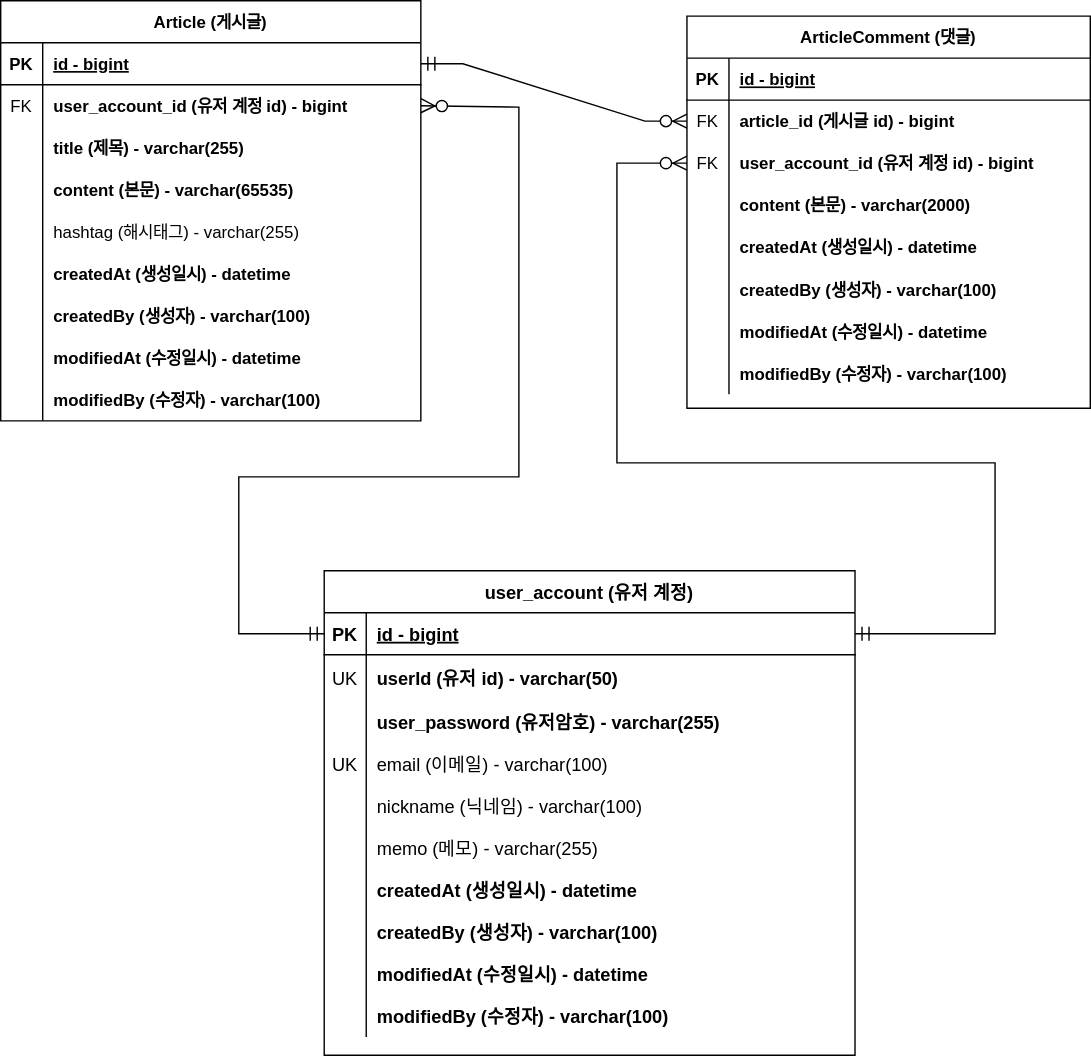
Earlier version of the draw.io export document/project-board-erd.svg (wndgndi/board-project). Source tidied: cells renumbered, new cells last; positions are measured from the earlier drawing's top-left corner, leaving out a move shared by most shapes.
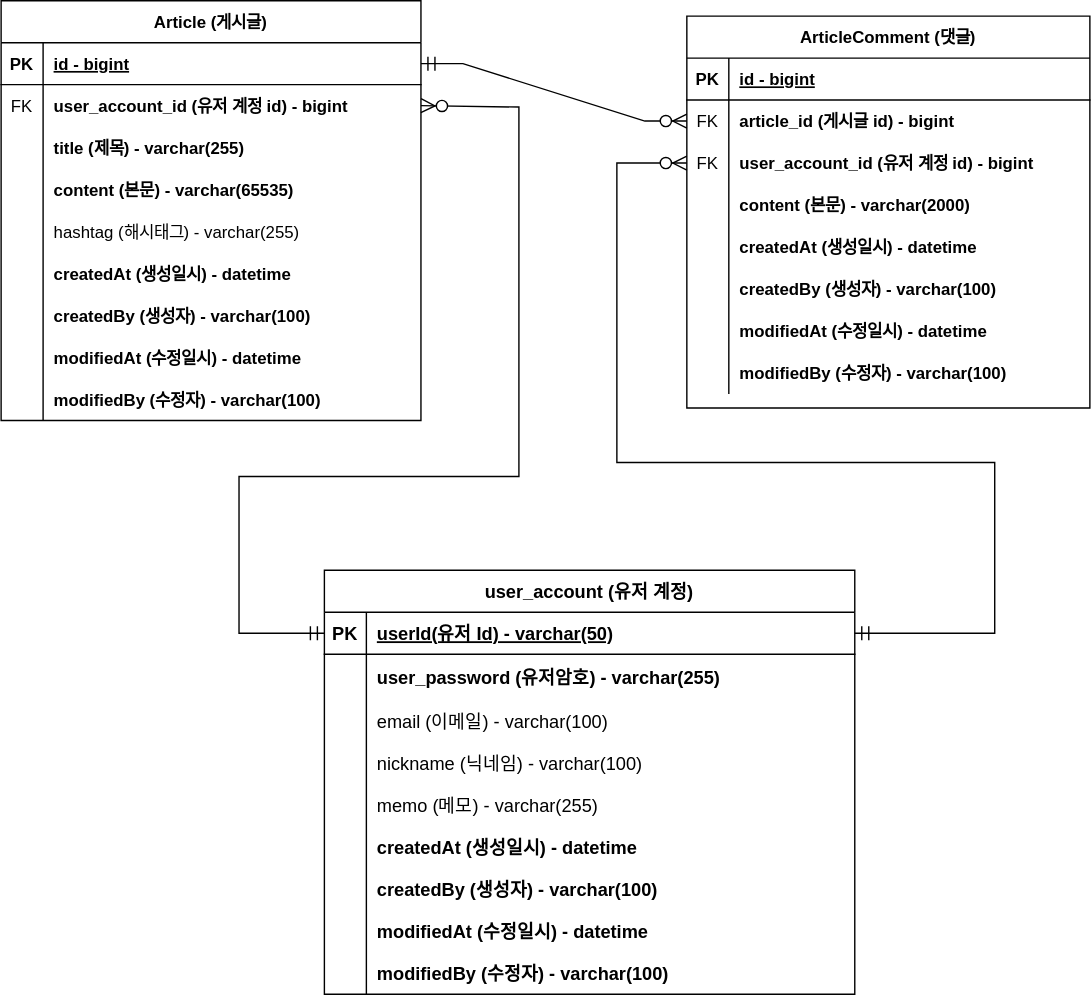
The same diagram one commit later.

Commit message:
project-board-erd.svg: 기존 id를 user_id로 변경

The edit, as a diff of the source:
```diff
@@ -165,7 +165,7 @@
       <mxGeometry relative="1" as="geometry" />
     </mxCell>
     <mxCell id="56" value="user_account (유저 계정)" style="shape=table;startSize=30;rowLines=0;fontStyle=1;align=center;fontSize=13;" parent="1" vertex="1">
-      <mxGeometry x="231" y="407" width="379" height="346" as="geometry" />
+      <mxGeometry x="231" y="407" width="379" height="303" as="geometry" />
     </mxCell>
     <mxCell id="57" style="shape=tableRow;horizontal=0;startSize=0;swimlaneHead=0;swimlaneBody=0;fillColor=none;points=[[0,0.5],[1,0.5]];portConstraint=eastwest;top=0;left=0;right=0;bottom=1;fontSize=16;" parent="56" vertex="1">
       <mxGeometry y="30" width="379" height="30" as="geometry" />
@@ -173,16 +173,16 @@
     <mxCell id="58" value="PK" style="shape=partialRectangle;fillColor=none;top=0;left=0;bottom=0;right=0;fontStyle=1;overflow=hidden;fontSize=13;" parent="57" vertex="1">
       <mxGeometry width="30" height="30" as="geometry" />
     </mxCell>
-    <mxCell id="59" value="id - bigint" style="shape=partialRectangle;fillColor=none;top=0;left=0;bottom=0;right=0;align=left;spacingLeft=6;fontStyle=5;overflow=hidden;fontSize=13;" parent="57" vertex="1">
+    <mxCell id="59" value="userId(유저 Id) - varchar(50)" style="shape=partialRectangle;fillColor=none;top=0;left=0;bottom=0;right=0;align=left;spacingLeft=6;fontStyle=5;overflow=hidden;fontSize=13;" parent="57" vertex="1">
       <mxGeometry x="30" width="349" height="30" as="geometry" />
     </mxCell>
     <mxCell id="60" style="shape=tableRow;horizontal=0;startSize=0;swimlaneHead=0;swimlaneBody=0;fillColor=none;top=0;left=0;right=0;bottom=0;fontSize=16;" parent="56" vertex="1">
       <mxGeometry y="60" width="379" height="33" as="geometry" />
     </mxCell>
-    <mxCell id="61" value="UK" style="shape=partialRectangle;fillColor=none;top=0;left=0;bottom=0;right=0;overflow=hidden;fontSize=13;" parent="60" vertex="1">
+    <mxCell id="61" style="shape=partialRectangle;fillColor=none;top=0;left=0;bottom=0;right=0;overflow=hidden;fontSize=13;" parent="60" vertex="1">
       <mxGeometry width="30" height="33" as="geometry" />
     </mxCell>
-    <mxCell id="62" value="userId (유저 id) - varchar(50)" style="shape=partialRectangle;fillColor=none;top=0;left=0;bottom=0;right=0;align=left;spacingLeft=6;overflow=hidden;fontSize=13;fontStyle=1;" parent="60" vertex="1">
+    <mxCell id="62" value="user_password (유저암호) - varchar(255)            " style="shape=partialRectangle;fillColor=none;top=0;left=0;bottom=0;right=0;align=left;spacingLeft=6;overflow=hidden;fontSize=13;fontStyle=1;" parent="60" vertex="1">
       <mxGeometry x="30" width="349" height="33" as="geometry" />
     </mxCell>
     <mxCell id="63" style="shape=tableRow;horizontal=0;startSize=0;swimlaneHead=0;swimlaneBody=0;fillColor=none;top=0;left=0;right=0;bottom=0;fontSize=16;" parent="56" vertex="1">
@@ -191,16 +191,16 @@
     <mxCell id="64" style="shape=partialRectangle;fillColor=none;top=0;left=0;bottom=0;right=0;overflow=hidden;fontSize=16;" parent="63" vertex="1">
       <mxGeometry width="30" height="30" as="geometry" />
     </mxCell>
-    <mxCell id="65" value="user_password (유저암호) - varchar(255)            " style="shape=partialRectangle;fillColor=none;top=0;left=0;bottom=0;right=0;align=left;spacingLeft=6;overflow=hidden;fontSize=13;fontStyle=1;" parent="63" vertex="1">
+    <mxCell id="65" value="email (이메일) - varchar(100)" style="shape=partialRectangle;fillColor=none;top=0;left=0;bottom=0;right=0;align=left;spacingLeft=6;overflow=hidden;fontSize=13;fontStyle=0;" parent="63" vertex="1">
       <mxGeometry x="30" width="349" height="30" as="geometry" />
     </mxCell>
     <mxCell id="66" style="shape=tableRow;horizontal=0;startSize=0;swimlaneHead=0;swimlaneBody=0;fillColor=none;top=0;left=0;right=0;bottom=0;fontSize=16;" parent="56" vertex="1">
       <mxGeometry y="123" width="379" height="30" as="geometry" />
     </mxCell>
-    <mxCell id="67" value="UK" style="shape=partialRectangle;fillColor=none;top=0;left=0;bottom=0;right=0;overflow=hidden;fontSize=13;" parent="66" vertex="1">
+    <mxCell id="67" style="shape=partialRectangle;fillColor=none;top=0;left=0;bottom=0;right=0;overflow=hidden;fontSize=13;" parent="66" vertex="1">
       <mxGeometry width="30" height="30" as="geometry" />
     </mxCell>
-    <mxCell id="68" value="email (이메일) - varchar(100)" style="shape=partialRectangle;fillColor=none;top=0;left=0;bottom=0;right=0;align=left;spacingLeft=6;overflow=hidden;fontSize=13;" parent="66" vertex="1">
+    <mxCell id="68" value="nickname (닉네임) - varchar(100)" style="shape=partialRectangle;fillColor=none;top=0;left=0;bottom=0;right=0;align=left;spacingLeft=6;overflow=hidden;fontSize=13;" parent="66" vertex="1">
       <mxGeometry x="30" width="349" height="30" as="geometry" />
     </mxCell>
     <mxCell id="69" style="shape=tableRow;horizontal=0;startSize=0;swimlaneHead=0;swimlaneBody=0;fillColor=none;top=0;left=0;right=0;bottom=0;fontSize=16;" parent="56" vertex="1">
@@ -209,7 +209,7 @@
     <mxCell id="70" style="shape=partialRectangle;fillColor=none;top=0;left=0;bottom=0;right=0;overflow=hidden;fontSize=16;" parent="69" vertex="1">
       <mxGeometry width="30" height="30" as="geometry" />
     </mxCell>
-    <mxCell id="71" value="nickname (닉네임) - varchar(100)" style="shape=partialRectangle;fillColor=none;top=0;left=0;bottom=0;right=0;align=left;spacingLeft=6;overflow=hidden;fontSize=13;" parent="69" vertex="1">
+    <mxCell id="71" value="memo (메모) - varchar(255)" style="shape=partialRectangle;fillColor=none;top=0;left=0;bottom=0;right=0;align=left;spacingLeft=6;overflow=hidden;fontSize=13;" parent="69" vertex="1">
       <mxGeometry x="30" width="349" height="30" as="geometry" />
     </mxCell>
     <mxCell id="72" style="shape=tableRow;horizontal=0;startSize=0;swimlaneHead=0;swimlaneBody=0;fillColor=none;top=0;left=0;right=0;bottom=0;fontSize=16;" parent="56" vertex="1">
@@ -218,7 +218,7 @@
     <mxCell id="73" style="shape=partialRectangle;fillColor=none;top=0;left=0;bottom=0;right=0;overflow=hidden;fontSize=16;" parent="72" vertex="1">
       <mxGeometry width="30" height="30" as="geometry" />
     </mxCell>
-    <mxCell id="74" value="memo (메모) - varchar(255)" style="shape=partialRectangle;fillColor=none;top=0;left=0;bottom=0;right=0;align=left;spacingLeft=6;overflow=hidden;fontSize=13;" parent="72" vertex="1">
+    <mxCell id="74" value="createdAt (생성일시) - datetime" style="shape=partialRectangle;fillColor=none;top=0;left=0;bottom=0;right=0;align=left;spacingLeft=6;overflow=hidden;fontSize=13;fontStyle=1;" parent="72" vertex="1">
       <mxGeometry x="30" width="349" height="30" as="geometry" />
     </mxCell>
     <mxCell id="75" style="shape=tableRow;horizontal=0;startSize=0;swimlaneHead=0;swimlaneBody=0;fillColor=none;top=0;left=0;right=0;bottom=0;fontSize=16;" parent="56" vertex="1">
@@ -227,7 +227,7 @@
     <mxCell id="76" style="shape=partialRectangle;fillColor=none;top=0;left=0;bottom=0;right=0;overflow=hidden;fontSize=16;" parent="75" vertex="1">
       <mxGeometry width="30" height="30" as="geometry" />
     </mxCell>
-    <mxCell id="77" value="createdAt (생성일시) - datetime" style="shape=partialRectangle;fillColor=none;top=0;left=0;bottom=0;right=0;align=left;spacingLeft=6;overflow=hidden;fontSize=13;fontStyle=1;" parent="75" vertex="1">
+    <mxCell id="77" value="createdBy (생성자) - varchar(100)" style="shape=partialRectangle;fillColor=none;top=0;left=0;bottom=0;right=0;align=left;spacingLeft=6;overflow=hidden;fontSize=13;fontStyle=1;" parent="75" vertex="1">
       <mxGeometry x="30" width="349" height="30" as="geometry" />
     </mxCell>
     <mxCell id="78" style="shape=tableRow;horizontal=0;startSize=0;swimlaneHead=0;swimlaneBody=0;fillColor=none;top=0;left=0;right=0;bottom=0;fontSize=16;" parent="56" vertex="1">
@@ -236,7 +236,7 @@
     <mxCell id="79" style="shape=partialRectangle;fillColor=none;top=0;left=0;bottom=0;right=0;overflow=hidden;fontSize=16;" parent="78" vertex="1">
       <mxGeometry width="30" height="30" as="geometry" />
     </mxCell>
-    <mxCell id="80" value="createdBy (생성자) - varchar(100)" style="shape=partialRectangle;fillColor=none;top=0;left=0;bottom=0;right=0;align=left;spacingLeft=6;overflow=hidden;fontSize=13;fontStyle=1;" parent="78" vertex="1">
+    <mxCell id="80" value="modifiedAt (수정일시) - datetime" style="shape=partialRectangle;fillColor=none;top=0;left=0;bottom=0;right=0;align=left;spacingLeft=6;overflow=hidden;fontSize=13;fontStyle=1;" parent="78" vertex="1">
       <mxGeometry x="30" width="349" height="30" as="geometry" />
     </mxCell>
     <mxCell id="81" style="shape=tableRow;horizontal=0;startSize=0;swimlaneHead=0;swimlaneBody=0;fillColor=none;top=0;left=0;right=0;bottom=0;fontSize=16;" parent="56" vertex="1">
@@ -245,18 +245,9 @@
     <mxCell id="82" style="shape=partialRectangle;fillColor=none;top=0;left=0;bottom=0;right=0;overflow=hidden;fontSize=16;" parent="81" vertex="1">
       <mxGeometry width="30" height="30" as="geometry" />
     </mxCell>
-    <mxCell id="83" value="modifiedAt (수정일시) - datetime" style="shape=partialRectangle;fillColor=none;top=0;left=0;bottom=0;right=0;align=left;spacingLeft=6;overflow=hidden;fontSize=13;fontStyle=1;" parent="81" vertex="1">
+    <mxCell id="83" value="modifiedBy (수정자) - varchar(100)" style="shape=partialRectangle;fillColor=none;top=0;left=0;bottom=0;right=0;align=left;spacingLeft=6;overflow=hidden;fontSize=13;fontStyle=1;" parent="81" vertex="1">
       <mxGeometry x="30" width="349" height="30" as="geometry" />
     </mxCell>
-    <mxCell id="84" style="shape=tableRow;horizontal=0;startSize=0;swimlaneHead=0;swimlaneBody=0;fillColor=none;top=0;left=0;right=0;bottom=0;fontSize=16;" parent="56" vertex="1">
-      <mxGeometry y="303" width="379" height="30" as="geometry" />
-    </mxCell>
-    <mxCell id="85" style="shape=partialRectangle;fillColor=none;top=0;left=0;bottom=0;right=0;overflow=hidden;fontSize=16;" parent="84" vertex="1">
-      <mxGeometry width="30" height="30" as="geometry" />
-    </mxCell>
-    <mxCell id="86" value="modifiedBy (수정자) - varchar(100)" style="shape=partialRectangle;fillColor=none;top=0;left=0;bottom=0;right=0;align=left;spacingLeft=6;overflow=hidden;fontSize=13;fontStyle=1;" parent="84" vertex="1">
-      <mxGeometry x="30" width="349" height="30" as="geometry" />
-    </mxCell>
     <mxCell id="87" style="edgeStyle=orthogonalEdgeStyle;fontSize=12;html=1;endArrow=ERzeroToMany;startArrow=ERmandOne;startSize=8;endSize=8;exitX=1;exitY=0.5;exitDx=0;exitDy=0;rounded=0;entryX=0;entryY=0.5;entryDx=0;entryDy=0;" parent="1" edge="1" source="57" target="9">
       <mxGeometry relative="1" as="geometry">
         <Array as="points">
```
